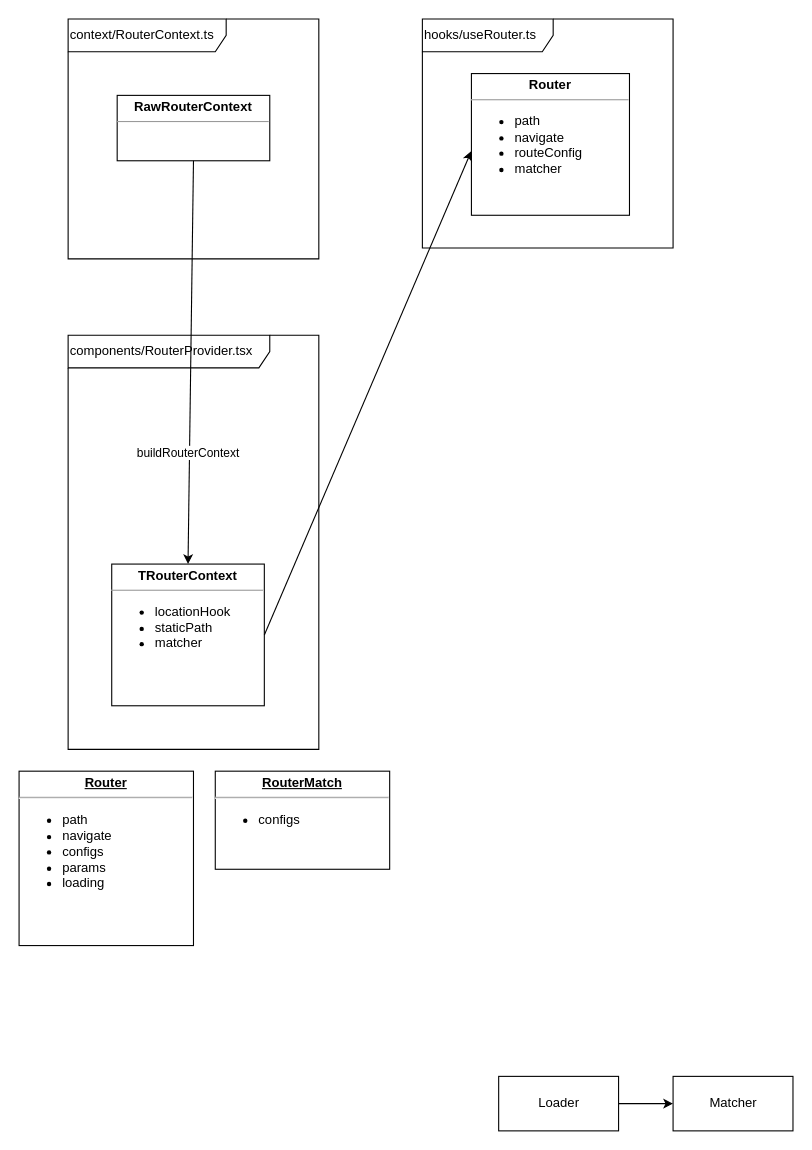
vavra7/react-ssr keeps this draw.io diagram as packages/router/docs/router.drawio. Above is the earlier version. Source tidied: cells renumbered, new cells numbered last; positions are measured from the earlier drawing's top-left corner, leaving out a move shared by most shapes. Both pictures are drawn from the tidied source at 109%, with x=0, y=0 at pixel (19, 19).
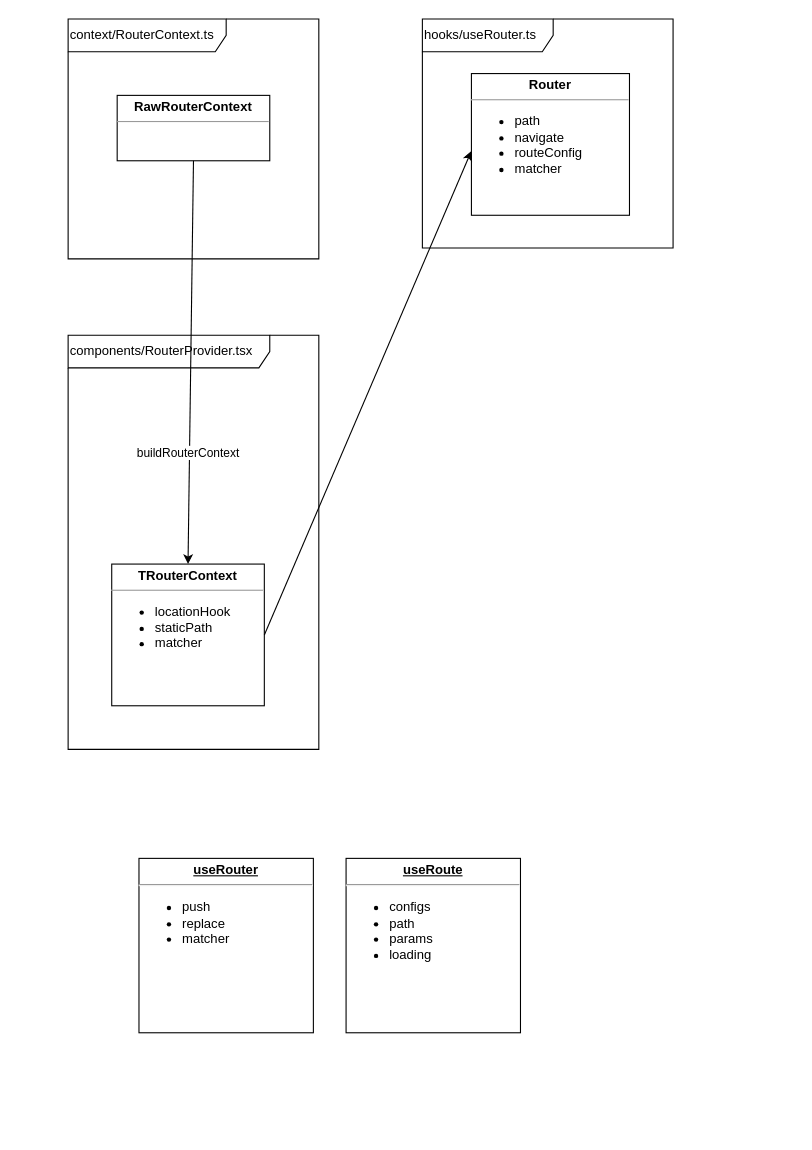
Above is the later version.

The edit, as a diff of the source:
```diff
@@
 <mxGraphModel>
   <root>
     <mxCell id="0" />
     <mxCell id="1" parent="0" />
     <mxCell id="2" value="context/RouterContext.ts" style="shape=umlFrame;whiteSpace=wrap;html=1;labelBackgroundColor=none;align=left;width=145;height=30;" parent="1" vertex="1">
       <mxGeometry x="45" width="230" height="220" as="geometry" />
     </mxCell>
     <mxCell id="3" value="components/RouterProvider.tsx" style="shape=umlFrame;whiteSpace=wrap;html=1;labelBackgroundColor=none;align=left;width=185;height=30;" parent="1" vertex="1">
       <mxGeometry x="45" y="290" width="230" height="380" as="geometry" />
     </mxCell>
     <mxCell id="4" value="&lt;p style=&quot;margin: 0px ; margin-top: 4px ; text-align: center&quot;&gt;&lt;b&gt;RawRouterContext&lt;/b&gt;&lt;/p&gt;&lt;hr size=&quot;1&quot;&gt;&lt;div style=&quot;height: 2px&quot;&gt;&lt;br&gt;&lt;/div&gt;" style="verticalAlign=top;align=left;overflow=fill;fontSize=12;fontFamily=Helvetica;html=1;spacing=11;labelBorderColor=none;labelBackgroundColor=none;spacingLeft=144;" parent="1" vertex="1">
       <mxGeometry x="90" y="70" width="140" height="60" as="geometry" />
     </mxCell>
     <mxCell id="5" value="&lt;p style=&quot;margin: 0px ; margin-top: 4px ; text-align: center&quot;&gt;&lt;b&gt;TRouterContext&lt;/b&gt;&lt;/p&gt;&lt;hr size=&quot;1&quot;&gt;&lt;div style=&quot;height: 2px&quot;&gt;&lt;ul&gt;&lt;li&gt;locationHook&lt;/li&gt;&lt;li&gt;staticPath&lt;/li&gt;&lt;li&gt;matcher&lt;/li&gt;&lt;/ul&gt;&lt;/div&gt;" style="verticalAlign=top;align=left;overflow=fill;fontSize=12;fontFamily=Helvetica;html=1;spacing=11;labelBorderColor=none;labelBackgroundColor=none;spacingLeft=144;" parent="1" vertex="1">
       <mxGeometry x="85" y="500" width="140" height="130" as="geometry" />
     </mxCell>
     <mxCell id="6" value="buildRouterContext" style="endArrow=classic;html=1;exitX=0.5;exitY=1;exitDx=0;exitDy=0;entryX=0.5;entryY=0;entryDx=0;entryDy=0;" parent="1" edge="1" source="4" target="5">
       <mxGeometry x="0.45" y="-1" relative="1" as="geometry" />
     </mxCell>
     <mxCell id="7" value="hooks/useRouter.ts" style="shape=umlFrame;whiteSpace=wrap;html=1;labelBackgroundColor=none;align=left;width=120;height=30;" parent="1" vertex="1">
       <mxGeometry x="370" width="230" height="210" as="geometry" />
     </mxCell>
     <mxCell id="8" value="&lt;p style=&quot;margin: 0px ; margin-top: 4px ; text-align: center&quot;&gt;&lt;b&gt;Router&lt;/b&gt;&lt;/p&gt;&lt;hr size=&quot;1&quot;&gt;&lt;div style=&quot;height: 2px&quot;&gt;&lt;ul&gt;&lt;li&gt;path&lt;/li&gt;&lt;li&gt;navigate&lt;/li&gt;&lt;li&gt;routeConfig&lt;/li&gt;&lt;li&gt;matcher&lt;/li&gt;&lt;/ul&gt;&lt;/div&gt;" style="verticalAlign=top;align=left;overflow=fill;fontSize=12;fontFamily=Helvetica;html=1;spacing=11;labelBorderColor=none;labelBackgroundColor=none;spacingLeft=144;" parent="1" vertex="1">
       <mxGeometry x="415" y="50" width="145" height="130" as="geometry" />
     </mxCell>
     <mxCell id="9" style="endArrow=classic;html=1;exitX=1;exitY=0.5;exitDx=0;exitDy=0;entryX=0;entryY=0.546;entryDx=0;entryDy=0;entryPerimeter=0;" parent="1" edge="1" source="5" target="8">
       <mxGeometry relative="1" as="geometry" />
     </mxCell>
-    <mxCell id="10" value="&lt;p style=&quot;margin: 0px ; margin-top: 4px ; text-align: center ; text-decoration: underline&quot;&gt;&lt;b&gt;Router&lt;/b&gt;&lt;/p&gt;&lt;hr&gt;&lt;p style=&quot;margin: 0px ; margin-left: 8px&quot;&gt;&lt;/p&gt;&lt;ul&gt;&lt;li&gt;path&lt;/li&gt;&lt;li&gt;navigate&lt;/li&gt;&lt;li&gt;configs&lt;/li&gt;&lt;li&gt;params&lt;/li&gt;&lt;li&gt;loading&lt;/li&gt;&lt;/ul&gt;&lt;p&gt;&lt;/p&gt;" style="verticalAlign=top;align=left;overflow=fill;fontSize=12;fontFamily=Helvetica;html=1;" parent="1" vertex="1">
-      <mxGeometry y="690" width="160" height="160" as="geometry" />
+    <mxCell id="10" value="&lt;p style=&quot;margin: 0px ; margin-top: 4px ; text-align: center ; text-decoration: underline&quot;&gt;&lt;b&gt;useRouter&lt;/b&gt;&lt;/p&gt;&lt;hr&gt;&lt;p style=&quot;margin: 0px ; margin-left: 8px&quot;&gt;&lt;/p&gt;&lt;ul&gt;&lt;li&gt;&lt;span&gt;push&lt;/span&gt;&lt;br&gt;&lt;/li&gt;&lt;li&gt;&lt;span&gt;replace&lt;/span&gt;&lt;/li&gt;&lt;li&gt;&lt;span&gt;matcher&lt;/span&gt;&lt;br&gt;&lt;/li&gt;&lt;/ul&gt;&lt;p&gt;&lt;/p&gt;" style="verticalAlign=top;align=left;overflow=fill;fontSize=12;fontFamily=Helvetica;html=1;" parent="1" vertex="1">
+      <mxGeometry x="110" y="770" width="160" height="160" as="geometry" />
     </mxCell>
     <mxCell id="11" style="edgeStyle=orthogonalEdgeStyle;rounded=0;orthogonalLoop=1;jettySize=auto;html=1;exitX=0.5;exitY=1;exitDx=0;exitDy=0;" parent="1" edge="1" source="10" target="10">
       <mxGeometry relative="1" as="geometry" />
     </mxCell>
-    <mxCell id="12" value="&lt;p style=&quot;margin: 0px ; margin-top: 4px ; text-align: center ; text-decoration: underline&quot;&gt;&lt;b&gt;RouterMatch&lt;/b&gt;&lt;/p&gt;&lt;hr&gt;&lt;p style=&quot;margin: 0px ; margin-left: 8px&quot;&gt;&lt;ul&gt;&lt;li&gt;configs&lt;/li&gt;&lt;/ul&gt;&lt;/p&gt;" style="verticalAlign=top;align=left;overflow=fill;fontSize=12;fontFamily=Helvetica;html=1;" parent="1" vertex="1">
-      <mxGeometry x="180" y="690" width="160" height="90" as="geometry" />
+    <mxCell id="12" value="&lt;p style=&quot;margin: 0px ; margin-top: 4px ; text-align: center ; text-decoration: underline&quot;&gt;&lt;b&gt;useRoute&lt;/b&gt;&lt;/p&gt;&lt;hr&gt;&lt;p style=&quot;margin: 0px ; margin-left: 8px&quot;&gt;&lt;/p&gt;&lt;ul&gt;&lt;li&gt;configs&lt;/li&gt;&lt;li&gt;path&lt;/li&gt;&lt;li&gt;params&lt;/li&gt;&lt;li&gt;loading&lt;/li&gt;&lt;/ul&gt;&lt;p&gt;&lt;/p&gt;" style="verticalAlign=top;align=left;overflow=fill;fontSize=12;fontFamily=Helvetica;html=1;" parent="1" vertex="1">
+      <mxGeometry x="300" y="770" width="160" height="160" as="geometry" />
     </mxCell>
-    <mxCell id="13" value="Matcher" style="html=1;" parent="1" vertex="1">
-      <mxGeometry x="600" y="970" width="110" height="50" as="geometry" />
-    </mxCell>
-    <mxCell id="14" style="edgeStyle=orthogonalEdgeStyle;rounded=0;jettySize=auto;html=1;" parent="1" edge="1" source="15" target="13">
-      <mxGeometry relative="1" as="geometry" />
-    </mxCell>
-    <mxCell id="15" value="Loader" style="html=1;" parent="1" vertex="1">
-      <mxGeometry x="440" y="970" width="110" height="50" as="geometry" />
-    </mxCell>
   </root>
 </mxGraphModel>
```
